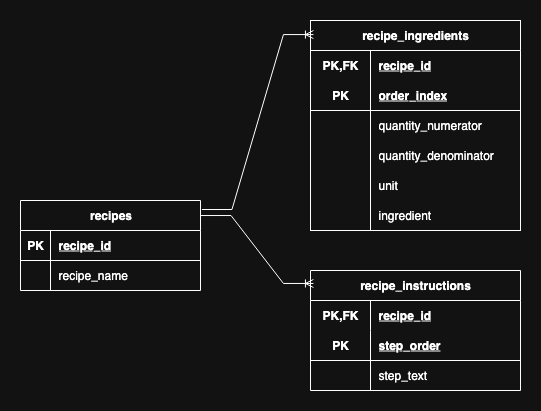
Above: assets/DatabaseDesign.png in gmhill/recipe-service (draw.io), before the change. Source tidied: cells renumbered, new cells last; positions are measured from the earlier drawing's top-left corner, leaving out a move shared by most shapes.
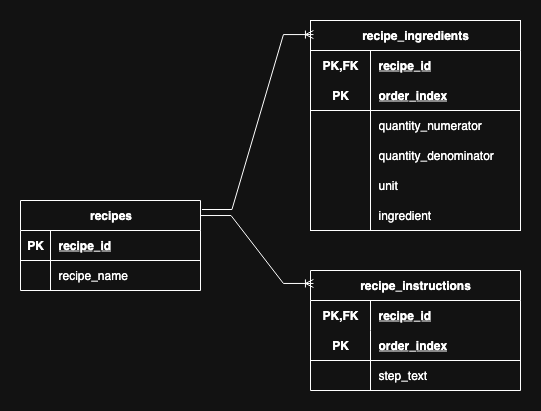
The same diagram one commit later.

Diff of the diagram source:
```diff
@@ -77,7 +77,7 @@
     <mxCell id="26" value="PK" style="shape=partialRectangle;fillColor=none;top=0;left=0;bottom=0;right=0;fontStyle=1;overflow=hidden;html=1;whiteSpace=wrap;" parent="25" vertex="1">
       <mxGeometry width="60" height="30" as="geometry" />
     </mxCell>
-    <mxCell id="27" value="step_order" style="shape=partialRectangle;fillColor=none;top=0;left=0;bottom=0;right=0;align=left;spacingLeft=6;fontStyle=5;overflow=hidden;html=1;whiteSpace=wrap;" parent="25" vertex="1">
+    <mxCell id="27" value="order_index" style="shape=partialRectangle;fillColor=none;top=0;left=0;bottom=0;right=0;align=left;spacingLeft=6;fontStyle=5;overflow=hidden;html=1;whiteSpace=wrap;" parent="25" vertex="1">
       <mxGeometry x="60" width="150" height="30" as="geometry" />
     </mxCell>
     <mxCell id="28" style="shape=tableRow;horizontal=0;startSize=0;swimlaneHead=0;swimlaneBody=0;fillColor=none;top=0;left=0;right=0;bottom=0;html=1;" parent="21" vertex="1">
```
